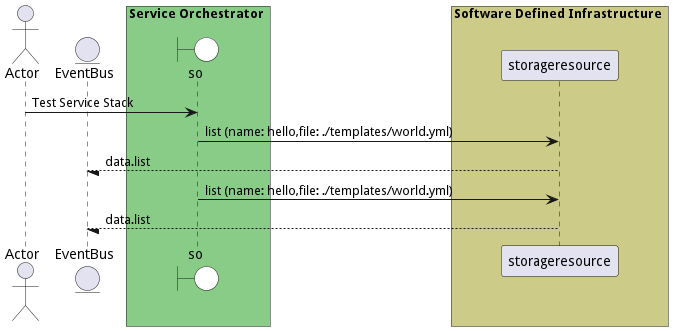
The PlantUML diagram docs/edgemere/sml/so/usecases/managestacks/TestServiceStack.png in madajaju/edgemere, before a commit. The source it was exported from:
```plantuml
@startuml

actor "Actor"


entity EventBus

box Service Orchestrator #88cc88
    boundary so #white
end box


box Software Defined Infrastructure #cccc88
            participant storageresource
    end box


"Actor" -> so: Test Service Stack

    so -> "storageresource": list (name: hello,file: ./templates/world.yml)

    "storageresource" --/ EventBus: data.list

    so -> "storageresource": list (name: hello,file: ./templates/world.yml)

    "storageresource" --/ EventBus: data.list



@enduml
```
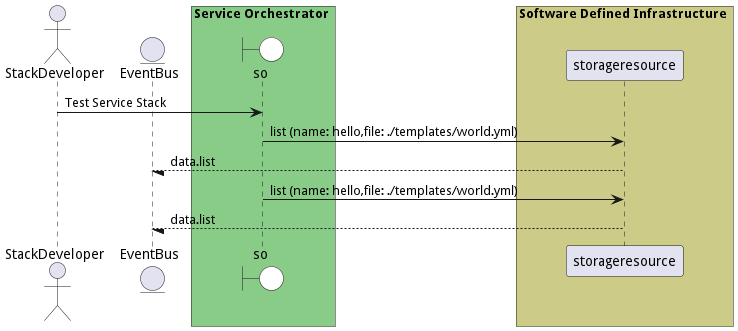
The same diagram one commit later.

The edit, as a diff of the source:
```diff
@@ -1,6 +1,6 @@
 @startuml
 
-actor "Actor"
+actor "StackDeveloper"
 
 
 entity EventBus
@@ -15,7 +15,7 @@
     end box
 
 
-"Actor" -> so: Test Service Stack
+"StackDeveloper" -> so: Test Service Stack
 
     so -> "storageresource": list (name: hello,file: ./templates/world.yml)
 
```
